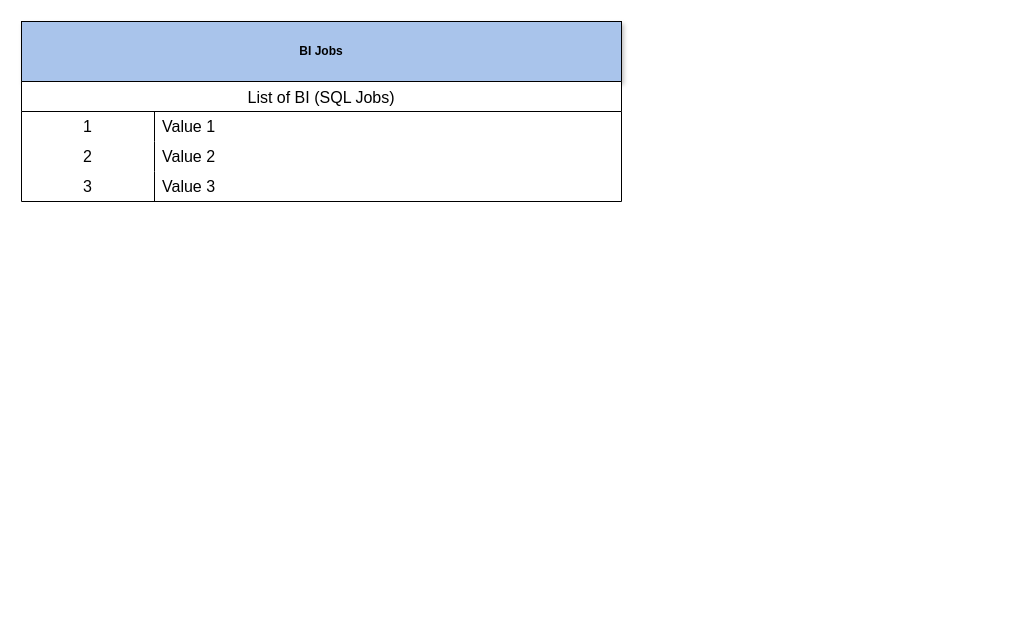
IsmailIbrahim84/ARPU keeps this draw.io diagram as page "MuzicUP-Component_Details-BI_List" (4 of 5) of Untitled Diagram.drawio. Above is the earlier version. Source tidied: cells renumbered, new cells numbered last; positions are measured from the earlier drawing's top-left corner, leaving out a move shared by most shapes. Both pictures are drawn from the tidied source at 100%, with x=0, y=0 at pixel (21, 21).
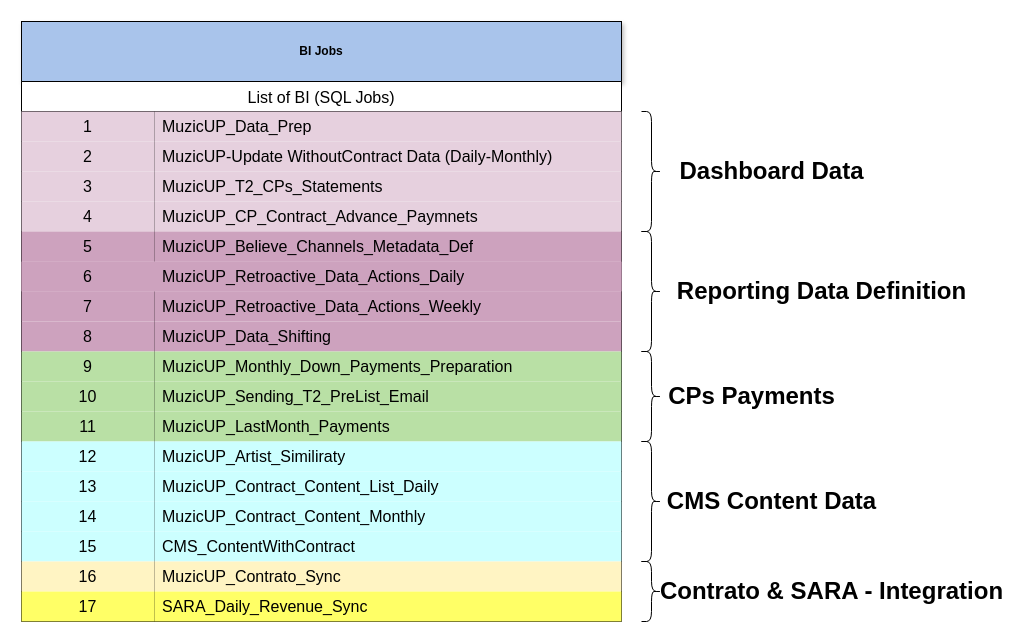
The same page after the edit.

What changed in the source:
```diff
@@
     <mxCell id="3" value="List of BI (SQL Jobs)" style="shape=table;startSize=30;childLayout=tableLayout;rowLines=0;fontStyle=0;strokeColor=default;fontSize=16;" parent="1" vertex="1">
-      <mxGeometry y="60" width="600" height="120" as="geometry" />
+      <mxGeometry y="60" width="600" height="540" as="geometry" />
     </mxCell>
-    <mxCell id="4" style="shape=tableRow;horizontal=0;startSize=0;swimlaneHead=0;swimlaneBody=0;top=0;left=0;bottom=0;right=0;fillColor=none;strokeColor=inherit;fontSize=16;" parent="3" vertex="1">
-      <mxGeometry y="30" width="600" height="30" as="geometry" />
-    </mxCell>
-    <mxCell id="5" value="1" style="shape=partialRectangle;html=1;whiteSpace=wrap;fillColor=none;top=0;left=0;bottom=0;right=0;overflow=hidden;strokeColor=inherit;fontSize=16;" parent="4" vertex="1">
-      <mxGeometry width="133" height="30" as="geometry" />
-    </mxCell>
-    <mxCell id="6" value="Value 1" style="shape=partialRectangle;html=1;whiteSpace=wrap;fillColor=none;top=0;left=0;bottom=0;right=0;align=left;spacingLeft=6;overflow=hidden;strokeColor=inherit;fontSize=16;" parent="4" vertex="1">
-      <mxGeometry x="133" width="467" height="30" as="geometry" />
-    </mxCell>
+    <mxCell id="10" style="shape=tableRow;horizontal=0;startSize=0;swimlaneHead=0;swimlaneBody=0;top=0;left=0;bottom=0;right=0;fillColor=none;strokeColor=inherit;fontSize=16;" parent="3" vertex="1">
+      <mxGeometry y="30" width="600" height="30" as="geometry" />
+    </mxCell>
+    <mxCell id="11" value="1" style="shape=partialRectangle;html=1;whiteSpace=wrap;fillColor=#E6D0DE;top=0;left=0;bottom=0;right=0;overflow=hidden;strokeColor=inherit;fontSize=16;" parent="10" vertex="1">
+      <mxGeometry width="133" height="30" as="geometry" />
+    </mxCell>
+    <mxCell id="12" value="MuzicUP_Data_Prep" style="shape=partialRectangle;html=1;whiteSpace=wrap;fillColor=#E6D0DE;top=0;left=0;bottom=0;right=0;align=left;spacingLeft=6;overflow=hidden;strokeColor=inherit;fontSize=16;" parent="10" vertex="1">
+      <mxGeometry x="133" width="467" height="30" as="geometry" />
+    </mxCell>
+    <mxCell id="13" style="shape=tableRow;horizontal=0;startSize=0;swimlaneHead=0;swimlaneBody=0;top=0;left=0;bottom=0;right=0;fillColor=none;strokeColor=inherit;fontSize=16;" parent="3" vertex="1">
+      <mxGeometry y="60" width="600" height="30" as="geometry" />
+    </mxCell>
+    <mxCell id="14" value="2" style="shape=partialRectangle;html=1;whiteSpace=wrap;fillColor=#E6D0DE;top=0;left=0;bottom=0;right=0;overflow=hidden;strokeColor=inherit;fontSize=16;" parent="13" vertex="1">
+      <mxGeometry width="133" height="30" as="geometry" />
+    </mxCell>
+    <mxCell id="15" value="MuzicUP-Update WithoutContract Data (Daily-Monthly)" style="shape=partialRectangle;html=1;whiteSpace=wrap;fillColor=#E6D0DE;top=0;left=0;bottom=0;right=0;align=left;spacingLeft=6;overflow=hidden;strokeColor=inherit;fontSize=16;" parent="13" vertex="1">
+      <mxGeometry x="133" width="467" height="30" as="geometry" />
+    </mxCell>
+    <mxCell id="16" style="shape=tableRow;horizontal=0;startSize=0;swimlaneHead=0;swimlaneBody=0;top=0;left=0;bottom=0;right=0;fillColor=none;strokeColor=inherit;fontSize=16;" parent="3" vertex="1">
+      <mxGeometry y="90" width="600" height="30" as="geometry" />
+    </mxCell>
+    <mxCell id="17" value="3" style="shape=partialRectangle;html=1;whiteSpace=wrap;fillColor=#E6D0DE;top=0;left=0;bottom=0;right=0;overflow=hidden;strokeColor=inherit;fontSize=16;" parent="16" vertex="1">
+      <mxGeometry width="133" height="30" as="geometry" />
+    </mxCell>
+    <mxCell id="18" value="MuzicUP_T2_CPs_Statements" style="shape=partialRectangle;html=1;whiteSpace=wrap;fillColor=#E6D0DE;top=0;left=0;bottom=0;right=0;align=left;spacingLeft=6;overflow=hidden;strokeColor=inherit;fontSize=16;" parent="16" vertex="1">
+      <mxGeometry x="133" width="467" height="30" as="geometry" />
+    </mxCell>
+    <mxCell id="19" style="shape=tableRow;horizontal=0;startSize=0;swimlaneHead=0;swimlaneBody=0;top=0;left=0;bottom=0;right=0;fillColor=none;strokeColor=inherit;fontSize=16;" parent="3" vertex="1">
+      <mxGeometry y="120" width="600" height="30" as="geometry" />
+    </mxCell>
+    <mxCell id="20" value="4" style="shape=partialRectangle;html=1;whiteSpace=wrap;fillColor=#E6D0DE;top=0;left=0;bottom=0;right=0;overflow=hidden;strokeColor=inherit;fontSize=16;" parent="19" vertex="1">
+      <mxGeometry width="133" height="30" as="geometry" />
+    </mxCell>
+    <mxCell id="21" value="MuzicUP_CP_Contract_Advance_Paymnets" style="shape=partialRectangle;html=1;whiteSpace=wrap;fillColor=#E6D0DE;top=0;left=0;bottom=0;right=0;align=left;spacingLeft=6;overflow=hidden;strokeColor=inherit;fontSize=16;" parent="19" vertex="1">
+      <mxGeometry x="133" width="467" height="30" as="geometry" />
+    </mxCell>
+    <mxCell id="22" style="shape=tableRow;horizontal=0;startSize=0;swimlaneHead=0;swimlaneBody=0;top=0;left=0;bottom=0;right=0;fillColor=none;strokeColor=inherit;fontSize=16;" parent="3" vertex="1">
+      <mxGeometry y="150" width="600" height="30" as="geometry" />
+    </mxCell>
+    <mxCell id="23" value="5" style="shape=partialRectangle;html=1;whiteSpace=wrap;fillColor=#CDA2BE;top=0;left=0;bottom=0;right=0;overflow=hidden;strokeColor=inherit;fontSize=16;" parent="22" vertex="1">
+      <mxGeometry width="133" height="30" as="geometry" />
+    </mxCell>
+    <mxCell id="24" value="MuzicUP_Believe_Channels_Metadata_Def" style="shape=partialRectangle;html=1;whiteSpace=wrap;fillColor=#CDA2BE;top=0;left=0;bottom=0;right=0;align=left;spacingLeft=6;overflow=hidden;strokeColor=inherit;fontSize=16;" parent="22" vertex="1">
+      <mxGeometry x="133" width="467" height="30" as="geometry" />
+    </mxCell>
-    <mxCell id="7" style="shape=tableRow;horizontal=0;startSize=0;swimlaneHead=0;swimlaneBody=0;top=0;left=0;bottom=0;right=0;fillColor=none;strokeColor=inherit;fontSize=16;" parent="3" vertex="1">
-      <mxGeometry y="60" width="600" height="30" as="geometry" />
+    <mxCell id="7" style="shape=tableRow;horizontal=0;startSize=0;swimlaneHead=0;swimlaneBody=0;top=0;left=0;bottom=0;right=0;fillColor=#CDA2BE;strokeColor=inherit;fontSize=16;" parent="3" vertex="1">
+      <mxGeometry y="180" width="600" height="30" as="geometry" />
     </mxCell>
-    <mxCell id="8" value="2" style="shape=partialRectangle;html=1;whiteSpace=wrap;fillColor=none;top=0;left=0;bottom=0;right=0;overflow=hidden;strokeColor=inherit;fontSize=16;" parent="7" vertex="1">
+    <mxCell id="8" value="6" style="shape=partialRectangle;html=1;whiteSpace=wrap;fillColor=#CDA2BE;top=0;left=0;bottom=0;right=0;overflow=hidden;strokeColor=inherit;fontSize=16;" parent="7" vertex="1">
       <mxGeometry width="133" height="30" as="geometry" />
     </mxCell>
-    <mxCell id="9" value="Value 2" style="shape=partialRectangle;html=1;whiteSpace=wrap;fillColor=none;top=0;left=0;bottom=0;right=0;align=left;spacingLeft=6;overflow=hidden;strokeColor=inherit;fontSize=16;" parent="7" vertex="1">
+    <mxCell id="9" value="MuzicUP_Retroactive_Data_Actions_Daily" style="shape=partialRectangle;html=1;whiteSpace=wrap;fillColor=#CDA2BE;top=0;left=0;bottom=0;right=0;align=left;spacingLeft=6;overflow=hidden;strokeColor=inherit;fontSize=16;" parent="7" vertex="1">
       <mxGeometry x="133" width="467" height="30" as="geometry" />
     </mxCell>
-    <mxCell id="10" style="shape=tableRow;horizontal=0;startSize=0;swimlaneHead=0;swimlaneBody=0;top=0;left=0;bottom=0;right=0;fillColor=none;strokeColor=inherit;fontSize=16;" parent="3" vertex="1">
-      <mxGeometry y="90" width="600" height="30" as="geometry" />
-    </mxCell>
-    <mxCell id="11" value="3" style="shape=partialRectangle;html=1;whiteSpace=wrap;fillColor=none;top=0;left=0;bottom=0;right=0;overflow=hidden;strokeColor=inherit;fontSize=16;" parent="10" vertex="1">
-      <mxGeometry width="133" height="30" as="geometry" />
-    </mxCell>
-    <mxCell id="12" value="Value 3" style="shape=partialRectangle;html=1;whiteSpace=wrap;fillColor=none;top=0;left=0;bottom=0;right=0;align=left;spacingLeft=6;overflow=hidden;strokeColor=inherit;fontSize=16;" parent="10" vertex="1">
-      <mxGeometry x="133" width="467" height="30" as="geometry" />
-    </mxCell>
+    <mxCell id="25" style="shape=tableRow;horizontal=0;startSize=0;swimlaneHead=0;swimlaneBody=0;top=0;left=0;bottom=0;right=0;fillColor=none;strokeColor=inherit;fontSize=16;" parent="3" vertex="1">
+      <mxGeometry y="210" width="600" height="30" as="geometry" />
+    </mxCell>
+    <mxCell id="26" value="7" style="shape=partialRectangle;html=1;whiteSpace=wrap;fillColor=#CDA2BE;top=0;left=0;bottom=0;right=0;overflow=hidden;strokeColor=inherit;fontSize=16;" parent="25" vertex="1">
+      <mxGeometry width="133" height="30" as="geometry" />
+    </mxCell>
+    <mxCell id="27" value="MuzicUP_Retroactive_Data_Actions_Weekly" style="shape=partialRectangle;html=1;whiteSpace=wrap;fillColor=#CDA2BE;top=0;left=0;bottom=0;right=0;align=left;spacingLeft=6;overflow=hidden;strokeColor=inherit;fontSize=16;" parent="25" vertex="1">
+      <mxGeometry x="133" width="467" height="30" as="geometry" />
+    </mxCell>
+    <mxCell id="28" style="shape=tableRow;horizontal=0;startSize=0;swimlaneHead=0;swimlaneBody=0;top=0;left=0;bottom=0;right=0;fillColor=none;strokeColor=inherit;fontSize=16;" parent="3" vertex="1">
+      <mxGeometry y="240" width="600" height="30" as="geometry" />
+    </mxCell>
+    <mxCell id="29" value="8" style="shape=partialRectangle;html=1;whiteSpace=wrap;fillColor=#CDA2BE;top=0;left=0;bottom=0;right=0;overflow=hidden;strokeColor=inherit;fontSize=16;" parent="28" vertex="1">
+      <mxGeometry width="133" height="30" as="geometry" />
+    </mxCell>
+    <mxCell id="30" value="MuzicUP_Data_Shifting" style="shape=partialRectangle;html=1;whiteSpace=wrap;fillColor=#CDA2BE;top=0;left=0;bottom=0;right=0;align=left;spacingLeft=6;overflow=hidden;strokeColor=inherit;fontSize=16;" parent="28" vertex="1">
+      <mxGeometry x="133" width="467" height="30" as="geometry" />
+    </mxCell>
+    <mxCell id="31" style="shape=tableRow;horizontal=0;startSize=0;swimlaneHead=0;swimlaneBody=0;top=0;left=0;bottom=0;right=0;fillColor=none;strokeColor=inherit;fontSize=16;" parent="3" vertex="1">
+      <mxGeometry y="270" width="600" height="30" as="geometry" />
+    </mxCell>
+    <mxCell id="32" value="9" style="shape=partialRectangle;html=1;whiteSpace=wrap;fillColor=#B9E0A5;top=0;left=0;bottom=0;right=0;overflow=hidden;strokeColor=inherit;fontSize=16;" parent="31" vertex="1">
+      <mxGeometry width="133" height="30" as="geometry" />
+    </mxCell>
+    <mxCell id="33" value="MuzicUP_Monthly_Down_Payments_Preparation" style="shape=partialRectangle;html=1;whiteSpace=wrap;fillColor=#B9E0A5;top=0;left=0;bottom=0;right=0;align=left;spacingLeft=6;overflow=hidden;strokeColor=inherit;fontSize=16;" parent="31" vertex="1">
+      <mxGeometry x="133" width="467" height="30" as="geometry" />
+    </mxCell>
+    <mxCell id="34" style="shape=tableRow;horizontal=0;startSize=0;swimlaneHead=0;swimlaneBody=0;top=0;left=0;bottom=0;right=0;fillColor=none;strokeColor=inherit;fontSize=16;" parent="3" vertex="1">
+      <mxGeometry y="300" width="600" height="30" as="geometry" />
+    </mxCell>
+    <mxCell id="35" value="10" style="shape=partialRectangle;html=1;whiteSpace=wrap;fillColor=#B9E0A5;top=0;left=0;bottom=0;right=0;overflow=hidden;strokeColor=inherit;fontSize=16;" parent="34" vertex="1">
+      <mxGeometry width="133" height="30" as="geometry" />
+    </mxCell>
+    <mxCell id="36" value="MuzicUP_Sending_T2_PreList_Email" style="shape=partialRectangle;html=1;whiteSpace=wrap;fillColor=#B9E0A5;top=0;left=0;bottom=0;right=0;align=left;spacingLeft=6;overflow=hidden;strokeColor=inherit;fontSize=16;" parent="34" vertex="1">
+      <mxGeometry x="133" width="467" height="30" as="geometry" />
+    </mxCell>
+    <mxCell id="37" style="shape=tableRow;horizontal=0;startSize=0;swimlaneHead=0;swimlaneBody=0;top=0;left=0;bottom=0;right=0;fillColor=none;strokeColor=inherit;fontSize=16;" parent="3" vertex="1">
+      <mxGeometry y="330" width="600" height="30" as="geometry" />
+    </mxCell>
+    <mxCell id="38" value="11" style="shape=partialRectangle;html=1;whiteSpace=wrap;fillColor=#B9E0A5;top=0;left=0;bottom=0;right=0;overflow=hidden;strokeColor=inherit;fontSize=16;" parent="37" vertex="1">
+      <mxGeometry width="133" height="30" as="geometry" />
+    </mxCell>
+    <mxCell id="39" value="MuzicUP_LastMonth_Payments" style="shape=partialRectangle;html=1;whiteSpace=wrap;fillColor=#B9E0A5;top=0;left=0;bottom=0;right=0;align=left;spacingLeft=6;overflow=hidden;strokeColor=inherit;fontSize=16;" parent="37" vertex="1">
+      <mxGeometry x="133" width="467" height="30" as="geometry" />
+    </mxCell>
+    <mxCell id="40" style="shape=tableRow;horizontal=0;startSize=0;swimlaneHead=0;swimlaneBody=0;top=0;left=0;bottom=0;right=0;fillColor=none;strokeColor=inherit;fontSize=16;" parent="3" vertex="1">
+      <mxGeometry y="360" width="600" height="30" as="geometry" />
+    </mxCell>
+    <mxCell id="41" value="12" style="shape=partialRectangle;html=1;whiteSpace=wrap;fillColor=#CCFFFF;top=0;left=0;bottom=0;right=0;overflow=hidden;strokeColor=inherit;fontSize=16;" parent="40" vertex="1">
+      <mxGeometry width="133" height="30" as="geometry" />
+    </mxCell>
+    <mxCell id="42" value="MuzicUP_Artist_Similiraty" style="shape=partialRectangle;html=1;whiteSpace=wrap;fillColor=#CCFFFF;top=0;left=0;bottom=0;right=0;align=left;spacingLeft=6;overflow=hidden;strokeColor=inherit;fontSize=16;" parent="40" vertex="1">
+      <mxGeometry x="133" width="467" height="30" as="geometry" />
+    </mxCell>
+    <mxCell id="43" style="shape=tableRow;horizontal=0;startSize=0;swimlaneHead=0;swimlaneBody=0;top=0;left=0;bottom=0;right=0;fillColor=none;strokeColor=inherit;fontSize=16;" parent="3" vertex="1">
+      <mxGeometry y="390" width="600" height="30" as="geometry" />
+    </mxCell>
+    <mxCell id="44" value="13" style="shape=partialRectangle;html=1;whiteSpace=wrap;fillColor=#CCFFFF;top=0;left=0;bottom=0;right=0;overflow=hidden;strokeColor=inherit;fontSize=16;" parent="43" vertex="1">
+      <mxGeometry width="133" height="30" as="geometry" />
+    </mxCell>
+    <mxCell id="45" value="MuzicUP_Contract_Content_List_Daily" style="shape=partialRectangle;html=1;whiteSpace=wrap;fillColor=#CCFFFF;top=0;left=0;bottom=0;right=0;align=left;spacingLeft=6;overflow=hidden;strokeColor=inherit;fontSize=16;" parent="43" vertex="1">
+      <mxGeometry x="133" width="467" height="30" as="geometry" />
+    </mxCell>
+    <mxCell id="46" style="shape=tableRow;horizontal=0;startSize=0;swimlaneHead=0;swimlaneBody=0;top=0;left=0;bottom=0;right=0;fillColor=none;strokeColor=inherit;fontSize=16;" parent="3" vertex="1">
+      <mxGeometry y="420" width="600" height="30" as="geometry" />
+    </mxCell>
+    <mxCell id="47" value="14" style="shape=partialRectangle;html=1;whiteSpace=wrap;fillColor=#CCFFFF;top=0;left=0;bottom=0;right=0;overflow=hidden;strokeColor=inherit;fontSize=16;" parent="46" vertex="1">
+      <mxGeometry width="133" height="30" as="geometry" />
+    </mxCell>
+    <mxCell id="48" value="MuzicUP_Contract_Content_Monthly" style="shape=partialRectangle;html=1;whiteSpace=wrap;fillColor=#CCFFFF;top=0;left=0;bottom=0;right=0;align=left;spacingLeft=6;overflow=hidden;strokeColor=inherit;fontSize=16;" parent="46" vertex="1">
+      <mxGeometry x="133" width="467" height="30" as="geometry" />
+    </mxCell>
+    <mxCell id="49" style="shape=tableRow;horizontal=0;startSize=0;swimlaneHead=0;swimlaneBody=0;top=0;left=0;bottom=0;right=0;fillColor=none;strokeColor=inherit;fontSize=16;" parent="3" vertex="1">
+      <mxGeometry y="450" width="600" height="30" as="geometry" />
+    </mxCell>
+    <mxCell id="50" value="15" style="shape=partialRectangle;html=1;whiteSpace=wrap;fillColor=#CCFFFF;top=0;left=0;bottom=0;right=0;overflow=hidden;strokeColor=inherit;fontSize=16;" parent="49" vertex="1">
+      <mxGeometry width="133" height="30" as="geometry" />
+    </mxCell>
+    <mxCell id="51" value="CMS_ContentWithContract" style="shape=partialRectangle;html=1;whiteSpace=wrap;fillColor=#CCFFFF;top=0;left=0;bottom=0;right=0;align=left;spacingLeft=6;overflow=hidden;strokeColor=inherit;fontSize=16;" parent="49" vertex="1">
+      <mxGeometry x="133" width="467" height="30" as="geometry" />
+    </mxCell>
+    <mxCell id="52" style="shape=tableRow;horizontal=0;startSize=0;swimlaneHead=0;swimlaneBody=0;top=0;left=0;bottom=0;right=0;fillColor=none;strokeColor=inherit;fontSize=16;" parent="3" vertex="1">
+      <mxGeometry y="480" width="600" height="30" as="geometry" />
+    </mxCell>
+    <mxCell id="53" value="16" style="shape=partialRectangle;html=1;whiteSpace=wrap;fillColor=#FFF4C3;top=0;left=0;bottom=0;right=0;overflow=hidden;strokeColor=inherit;fontSize=16;" parent="52" vertex="1">
+      <mxGeometry width="133" height="30" as="geometry" />
+    </mxCell>
+    <mxCell id="54" value="MuzicUP_Contrato_Sync" style="shape=partialRectangle;html=1;whiteSpace=wrap;fillColor=#FFF4C3;top=0;left=0;bottom=0;right=0;align=left;spacingLeft=6;overflow=hidden;strokeColor=inherit;fontSize=16;" parent="52" vertex="1">
+      <mxGeometry x="133" width="467" height="30" as="geometry" />
+    </mxCell>
+    <mxCell id="55" style="shape=tableRow;horizontal=0;startSize=0;swimlaneHead=0;swimlaneBody=0;top=0;left=0;bottom=0;right=0;fillColor=none;strokeColor=inherit;fontSize=16;" parent="3" vertex="1">
+      <mxGeometry y="510" width="600" height="30" as="geometry" />
+    </mxCell>
+    <mxCell id="56" value="17" style="shape=partialRectangle;html=1;whiteSpace=wrap;fillColor=#FFFF66;top=0;left=0;bottom=0;right=0;overflow=hidden;strokeColor=inherit;fontSize=16;" parent="55" vertex="1">
+      <mxGeometry width="133" height="30" as="geometry" />
+    </mxCell>
+    <mxCell id="57" value="SARA_Daily_Revenue_Sync" style="shape=partialRectangle;html=1;whiteSpace=wrap;fillColor=#FFFF66;top=0;left=0;bottom=0;right=0;align=left;spacingLeft=6;overflow=hidden;strokeColor=inherit;fontSize=16;" parent="55" vertex="1">
+      <mxGeometry x="133" width="467" height="30" as="geometry" />
+    </mxCell>
+    <mxCell id="58" style="shape=curlyBracket;whiteSpace=wrap;html=1;rounded=1;flipH=1;labelPosition=right;verticalLabelPosition=middle;align=left;verticalAlign=middle;" parent="1" vertex="1">
+      <mxGeometry x="620" y="90" width="20" height="120" as="geometry" />
+    </mxCell>
+    <mxCell id="59" style="shape=curlyBracket;whiteSpace=wrap;html=1;rounded=1;flipH=1;labelPosition=right;verticalLabelPosition=middle;align=left;verticalAlign=middle;" parent="1" vertex="1">
+      <mxGeometry x="620" y="210" width="20" height="120" as="geometry" />
+    </mxCell>
+    <mxCell id="60" style="shape=curlyBracket;whiteSpace=wrap;html=1;rounded=1;flipH=1;labelPosition=right;verticalLabelPosition=middle;align=left;verticalAlign=middle;" parent="1" vertex="1">
+      <mxGeometry x="620" y="330" width="20" height="90" as="geometry" />
+    </mxCell>
+    <mxCell id="61" style="shape=curlyBracket;whiteSpace=wrap;html=1;rounded=1;flipH=1;labelPosition=right;verticalLabelPosition=middle;align=left;verticalAlign=middle;" parent="1" vertex="1">
+      <mxGeometry x="620" y="420" width="20" height="120" as="geometry" />
+    </mxCell>
+    <mxCell id="62" style="shape=curlyBracket;whiteSpace=wrap;html=1;rounded=1;flipH=1;labelPosition=right;verticalLabelPosition=middle;align=left;verticalAlign=middle;" parent="1" vertex="1">
+      <mxGeometry x="620" y="540" width="20" height="60" as="geometry" />
+    </mxCell>
+    <mxCell id="63" value="Dashboard Data" style="text;strokeColor=none;fillColor=none;html=1;fontSize=24;fontStyle=1;verticalAlign=middle;align=center;" parent="1" vertex="1">
+      <mxGeometry x="700" y="130" width="100" height="40" as="geometry" />
+    </mxCell>
+    <mxCell id="64" value="Reporting Data Definition" style="text;strokeColor=none;fillColor=none;html=1;fontSize=24;fontStyle=1;verticalAlign=middle;align=center;" parent="1" vertex="1">
+      <mxGeometry x="750" y="250" width="100" height="40" as="geometry" />
+    </mxCell>
+    <mxCell id="65" value="CPs Payments" style="text;strokeColor=none;fillColor=none;html=1;fontSize=24;fontStyle=1;verticalAlign=middle;align=center;" parent="1" vertex="1">
+      <mxGeometry x="680" y="355" width="100" height="40" as="geometry" />
+    </mxCell>
+    <mxCell id="66" value="CMS Content Data" style="text;strokeColor=none;fillColor=none;html=1;fontSize=24;fontStyle=1;verticalAlign=middle;align=center;" parent="1" vertex="1">
+      <mxGeometry x="700" y="460" width="100" height="40" as="geometry" />
+    </mxCell>
+    <mxCell id="67" value="Contrato &amp;amp; SARA - Integration" style="text;strokeColor=none;fillColor=none;html=1;fontSize=24;fontStyle=1;verticalAlign=middle;align=center;" parent="1" vertex="1">
+      <mxGeometry x="760" y="550" width="100" height="40" as="geometry" />
+    </mxCell>
```
